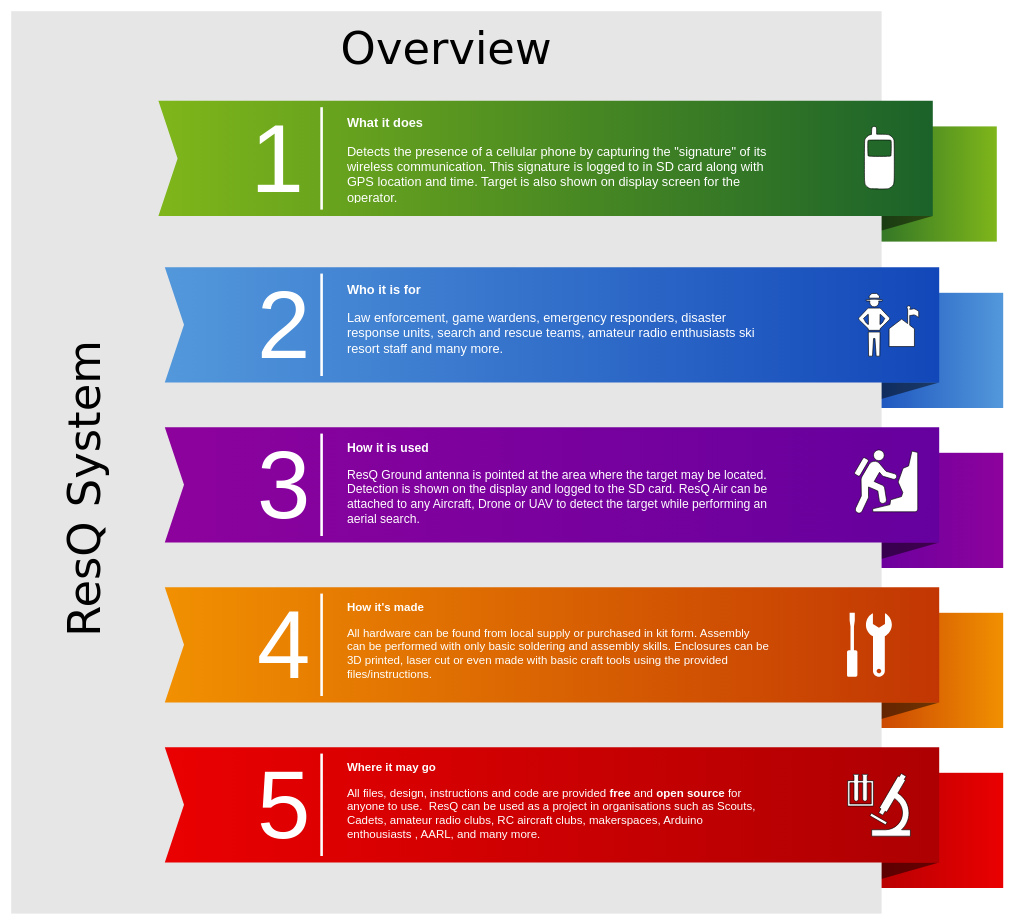
Earlier version of the draw.io diagram Reference Materials/Flow and Reference Diagrams/Main Sequence .drawio (MKme/ResQ). Source tidied: cells renumbered, new cells numbered last; positions are measured from the earlier drawing's top-left corner, leaving out a move shared by most shapes. Both pictures are drawn from the tidied source at 64%, with x=0, y=0 at pixel (11, 11).
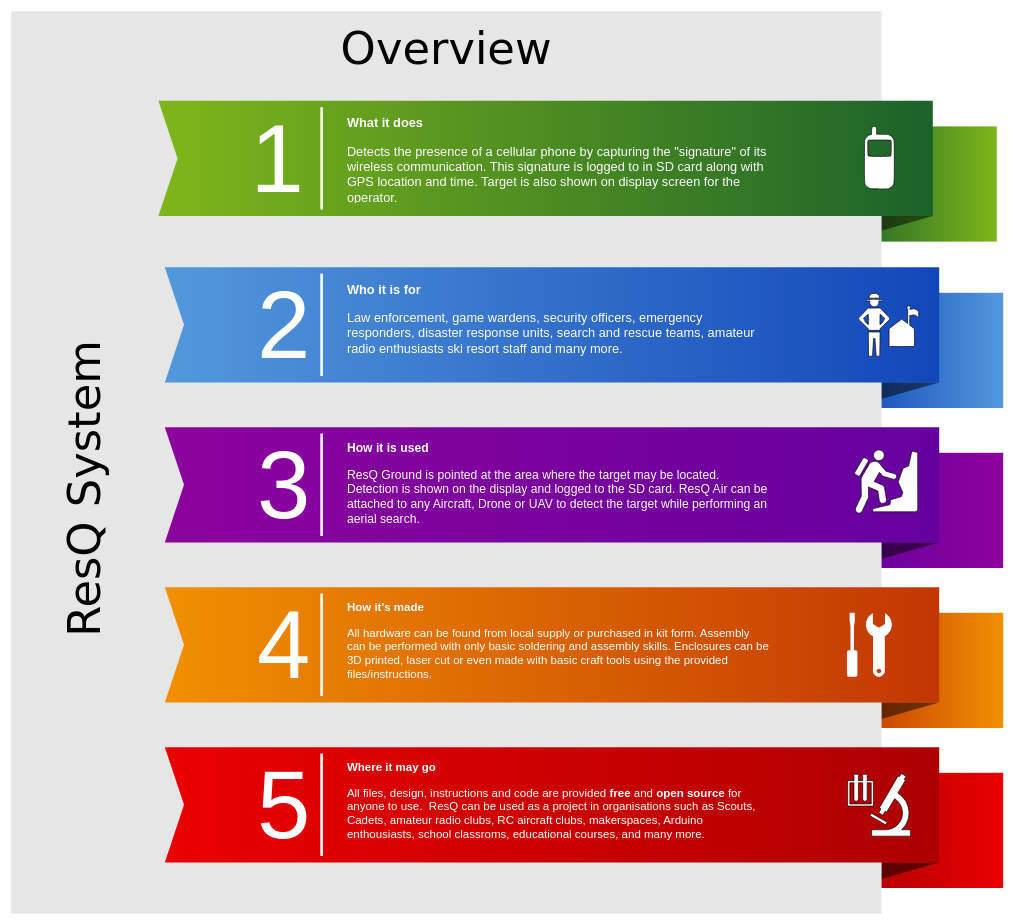
After the change.

The edit, as a diff of the source:
```diff
@@
-    <mxCell id="30" value="&lt;h1 style=&quot;font-size: 20px&quot;&gt;&lt;font style=&quot;font-size: 20px&quot;&gt;Who it is for&lt;/font&gt;&lt;/h1&gt;&lt;p style=&quot;font-size: 20px&quot;&gt;&lt;font style=&quot;font-size: 20px&quot;&gt;Law enforcement, game wardens, emergency responders, disaster response units, search and rescue teams, amateur radio enthusiasts&amp;nbsp;ski resort staff and many more.&lt;/font&gt;&lt;span style=&quot;font-size: 13px&quot;&gt;&amp;nbsp;&lt;/span&gt;&lt;/p&gt;" style="text;html=1;strokeColor=none;fillColor=none;spacing=5;spacingTop=-20;whiteSpace=wrap;overflow=hidden;rounded=0;shadow=0;dashed=0;fontFamily=Helvetica;fontSize=12;fontColor=#FFFFFF;align=left;" parent="1" vertex="1">
+    <mxCell id="30" value="&lt;h1 style=&quot;font-size: 20px&quot;&gt;&lt;font style=&quot;font-size: 20px&quot;&gt;Who it is for&lt;/font&gt;&lt;/h1&gt;&lt;p style=&quot;font-size: 20px&quot;&gt;&lt;font style=&quot;font-size: 20px&quot;&gt;Law enforcement, game wardens, security officers, emergency responders, disaster response units, search and rescue teams, amateur radio enthusiasts&amp;nbsp;ski resort staff and many more.&lt;/font&gt;&lt;span style=&quot;font-size: 13px&quot;&gt;&amp;nbsp;&lt;/span&gt;&lt;/p&gt;" style="text;html=1;strokeColor=none;fillColor=none;spacing=5;spacingTop=-20;whiteSpace=wrap;overflow=hidden;rounded=0;shadow=0;dashed=0;fontFamily=Helvetica;fontSize=12;fontColor=#FFFFFF;align=left;" parent="1" vertex="1">
       <mxGeometry x="520" y="420" width="670" height="140" as="geometry" />
     </mxCell>
-    <mxCell id="31" value="&lt;h1 style=&quot;font-size: 19px&quot;&gt;&lt;font style=&quot;font-size: 19px&quot;&gt;How it is used&lt;/font&gt;&lt;/h1&gt;&lt;p style=&quot;font-size: 19px&quot;&gt;&lt;font style=&quot;font-size: 19px&quot;&gt;ResQ Ground antenna is pointed at the area where the target may be located. Detection is shown on the display and logged to the SD card. ResQ Air can be attached to any Aircraft, Drone or UAV to detect the target while performing an aerial search.&amp;nbsp;&lt;/font&gt;&lt;/p&gt;" style="text;html=1;strokeColor=none;fillColor=none;spacing=5;spacingTop=-20;whiteSpace=wrap;overflow=hidden;rounded=0;shadow=0;dashed=0;fontFamily=Helvetica;fontSize=19;fontColor=#FFFFFF;align=left;" parent="1" vertex="1">
+    <mxCell id="31" value="&lt;h1 style=&quot;font-size: 19px&quot;&gt;&lt;font style=&quot;font-size: 19px&quot;&gt;How it is used&lt;/font&gt;&lt;/h1&gt;&lt;p style=&quot;font-size: 19px&quot;&gt;&lt;font style=&quot;font-size: 19px&quot;&gt;ResQ Ground is pointed at the area where the target may be located. Detection is shown on the display and logged to the SD card. ResQ Air can be attached to any Aircraft, Drone or UAV to detect the target while performing an aerial search.&amp;nbsp;&lt;/font&gt;&lt;/p&gt;" style="text;html=1;strokeColor=none;fillColor=none;spacing=5;spacingTop=-20;whiteSpace=wrap;overflow=hidden;rounded=0;shadow=0;dashed=0;fontFamily=Helvetica;fontSize=19;fontColor=#FFFFFF;align=left;" parent="1" vertex="1">
       <mxGeometry x="520" y="670" width="670" height="140" as="geometry" />
     </mxCell>
@@
-    <mxCell id="33" value="&lt;h1 style=&quot;font-size: 18px&quot;&gt;Where it may go&lt;/h1&gt;&lt;p style=&quot;font-size: 18px&quot;&gt;All files, design, instructions and code are provided &lt;b&gt;free&lt;/b&gt; and &lt;b&gt;open source&lt;/b&gt; for anyone to use.&amp;nbsp; ResQ can be used as a project in organisations such as Scouts, Cadets, amateur radio clubs, RC aircraft clubs, makerspaces, Arduino enthousiasts , AARL, and many more.&amp;nbsp;&lt;/p&gt;" style="text;html=1;strokeColor=none;fillColor=none;spacing=5;spacingTop=-20;whiteSpace=wrap;overflow=hidden;rounded=0;shadow=0;dashed=0;fontFamily=Helvetica;fontSize=18;fontColor=#FFFFFF;align=left;" parent="1" vertex="1">
+    <mxCell id="33" value="&lt;h1 style=&quot;font-size: 18px&quot;&gt;Where it may go&lt;/h1&gt;&lt;p style=&quot;font-size: 18px&quot;&gt;All files, design, instructions and code are provided &lt;b&gt;free&lt;/b&gt; and &lt;b&gt;open source&lt;/b&gt; for anyone to use.&amp;nbsp; ResQ can be used as a project in organisations such as Scouts, Cadets, amateur radio clubs, RC aircraft clubs, makerspaces, Arduino enthousiasts, school classroms, educational courses, and many more.&amp;nbsp;&lt;/p&gt;" style="text;html=1;strokeColor=none;fillColor=none;spacing=5;spacingTop=-20;whiteSpace=wrap;overflow=hidden;rounded=0;shadow=0;dashed=0;fontFamily=Helvetica;fontSize=18;fontColor=#FFFFFF;align=left;" parent="1" vertex="1">
       <mxGeometry x="520" y="1170" width="670" height="140" as="geometry" />
     </mxCell>
```
